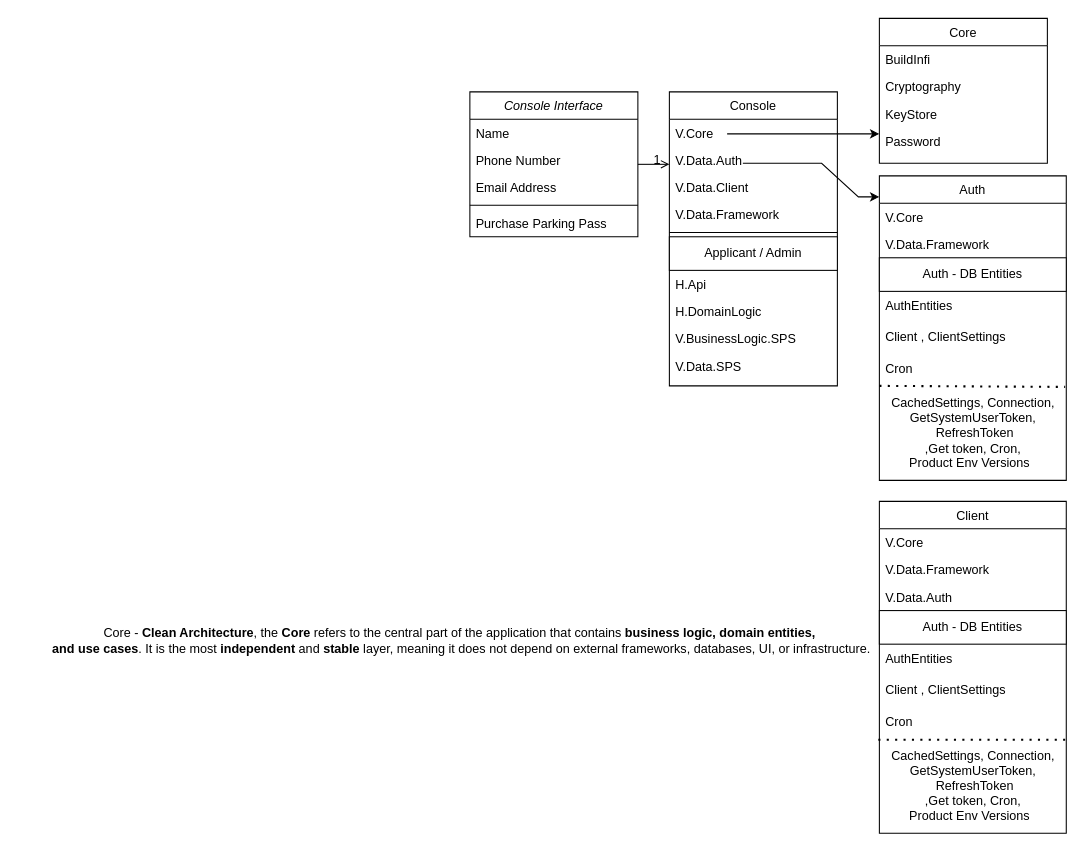
This is Untitled Diagram.drawio from LalgyThomas/GITPR, a draw.io file, before an edit. Source tidied: cells renumbered, new cells numbered last; positions are measured from the earlier drawing's top-left corner, leaving out a move shared by most shapes. Both pictures are drawn from the tidied source at 105%, with x=0, y=0 at pixel (34, 18).
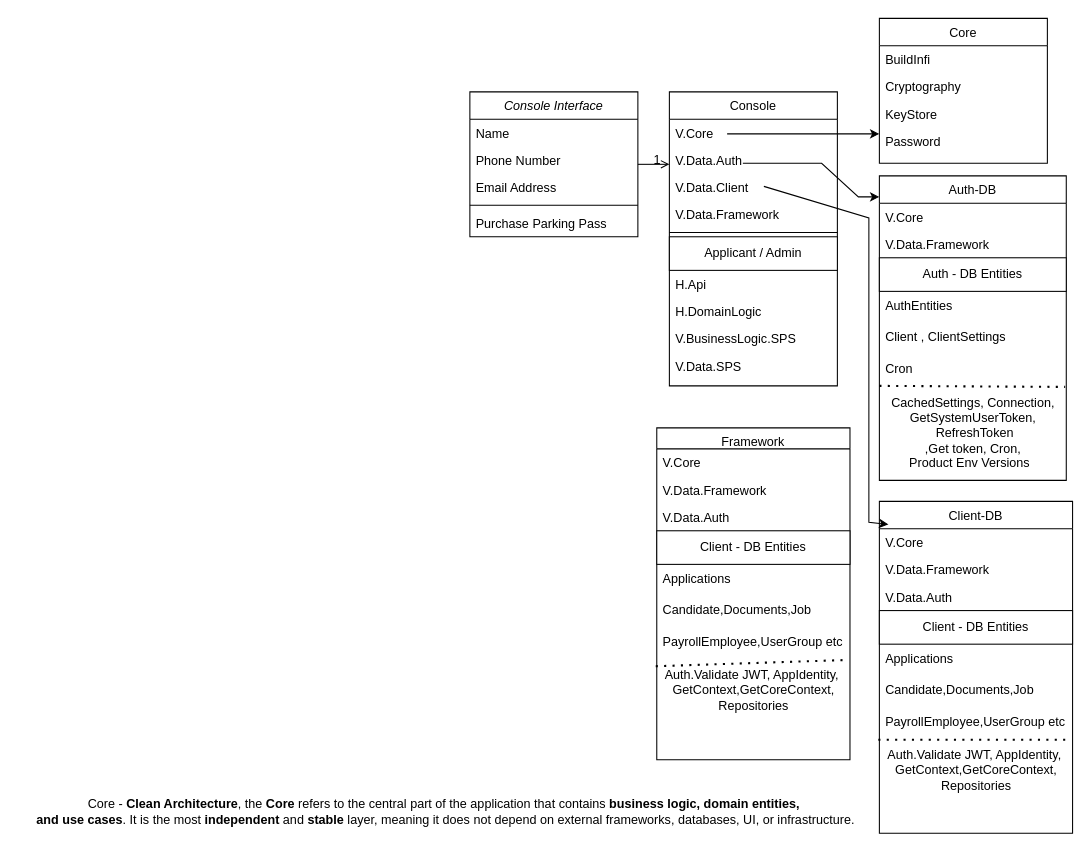
After the change.

The edit, as a diff of the source:
```diff
@@
     <mxCell id="28" value="Core -&amp;nbsp;&lt;strong&gt;Clean Architecture&lt;/strong&gt;, the &lt;strong&gt;Core&lt;/strong&gt; refers to the central part of the application that contains &lt;strong&gt;business logic, domain entities,&lt;/strong&gt;&lt;div&gt;&lt;strong&gt;&amp;nbsp;and use cases&lt;/strong&gt;. It is the most &lt;strong&gt;independent&lt;/strong&gt; and &lt;strong&gt;stable&lt;/strong&gt; layer, meaning it does not depend on external frameworks, databases, UI, or infrastructure.&lt;/div&gt;" style="text;html=1;align=center;verticalAlign=middle;strokeColor=none;fillColor=none;" parent="1" vertex="1">
-      <mxGeometry y="573" width="810" height="40" as="geometry" />
+      <mxGeometry x="-15" y="736" width="810" height="40" as="geometry" />
     </mxCell>
-    <mxCell id="29" value="Auth" style="swimlane;fontStyle=0;align=center;verticalAlign=top;horizontal=1;startSize=26;rounded=0;shadow=0;strokeWidth=1;" parent="1" vertex="1">
+    <mxCell id="29" value="Auth-DB" style="swimlane;fontStyle=0;align=center;verticalAlign=top;horizontal=1;startSize=26;rounded=0;shadow=0;strokeWidth=1;" parent="1" vertex="1">
       <mxGeometry x="805" y="150" width="178" height="290" as="geometry" />
     </mxCell>
@@
-    <mxCell id="38" value="Client" style="swimlane;fontStyle=0;align=center;verticalAlign=top;horizontal=1;startSize=26;rounded=0;shadow=0;strokeWidth=1;" parent="1" vertex="1">
-      <mxGeometry x="805" y="460" width="178" height="316" as="geometry" />
+    <mxCell id="38" value="Client-DB" style="swimlane;fontStyle=0;align=center;verticalAlign=top;horizontal=1;startSize=26;rounded=0;shadow=0;strokeWidth=1;" parent="1" vertex="1">
+      <mxGeometry x="805" y="460" width="184" height="316" as="geometry" />
     </mxCell>
     <mxCell id="39" value="V.Core" style="text;align=left;verticalAlign=top;spacingLeft=4;spacingRight=4;overflow=hidden;points=[[0,0.5],[1,0.5]];portConstraint=eastwest;" parent="38" vertex="1">
-      <mxGeometry y="26" width="178" height="26" as="geometry" />
+      <mxGeometry y="26" width="184" height="26" as="geometry" />
     </mxCell>
     <mxCell id="40" value="V.Data.Framework" style="text;align=left;verticalAlign=top;spacingLeft=4;spacingRight=4;overflow=hidden;rounded=0;shadow=0;html=0;" parent="38" vertex="1">
-      <mxGeometry y="52" width="178" height="26" as="geometry" />
+      <mxGeometry y="52" width="184" height="26" as="geometry" />
     </mxCell>
     <mxCell id="41" value="V.Data.Auth" style="text;align=left;verticalAlign=top;spacingLeft=4;spacingRight=4;overflow=hidden;rounded=0;shadow=0;html=0;" parent="38" vertex="1">
-      <mxGeometry y="78" width="178" height="26" as="geometry" />
+      <mxGeometry y="78" width="184" height="26" as="geometry" />
     </mxCell>
-    <mxCell id="42" value="&lt;span style=&quot;text-wrap-mode: nowrap;&quot;&gt;Auth - DB Entities&lt;/span&gt;" style="rounded=0;whiteSpace=wrap;html=1;" parent="38" vertex="1">
-      <mxGeometry y="104" width="178" height="32" as="geometry" />
+    <mxCell id="42" value="&lt;span style=&quot;text-wrap-mode: nowrap;&quot;&gt;Client - DB Entities&lt;/span&gt;" style="rounded=0;whiteSpace=wrap;html=1;" parent="38" vertex="1">
+      <mxGeometry y="104" width="184" height="32" as="geometry" />
     </mxCell>
-    <mxCell id="43" value="AuthEntities " style="text;align=left;verticalAlign=top;spacingLeft=4;spacingRight=4;overflow=hidden;rounded=0;shadow=0;html=0;" parent="38" vertex="1">
-      <mxGeometry y="136" width="178" height="30" as="geometry" />
+    <mxCell id="43" value="Applications" style="text;align=left;verticalAlign=top;spacingLeft=4;spacingRight=4;overflow=hidden;rounded=0;shadow=0;html=0;" parent="38" vertex="1">
+      <mxGeometry y="136" width="184" height="30" as="geometry" />
     </mxCell>
-    <mxCell id="44" value="Client , ClientSettings" style="text;align=left;verticalAlign=top;spacingLeft=4;spacingRight=4;overflow=hidden;rounded=0;shadow=0;html=0;" parent="38" vertex="1">
-      <mxGeometry y="166" width="178" height="30" as="geometry" />
+    <mxCell id="44" value="Candidate,Documents,Job" style="text;align=left;verticalAlign=top;spacingLeft=4;spacingRight=4;overflow=hidden;rounded=0;shadow=0;html=0;" parent="38" vertex="1">
+      <mxGeometry y="166" width="184" height="30" as="geometry" />
     </mxCell>
-    <mxCell id="45" value="Cron" style="text;align=left;verticalAlign=top;spacingLeft=4;spacingRight=4;overflow=hidden;points=[[0,0.5],[1,0.5]];portConstraint=eastwest;rounded=0;shadow=0;html=0;" parent="38" vertex="1">
-      <mxGeometry y="196" width="178" height="30" as="geometry" />
+    <mxCell id="45" value="PayrollEmployee,UserGroup etc" style="text;align=left;verticalAlign=top;spacingLeft=4;spacingRight=4;overflow=hidden;points=[[0,0.5],[1,0.5]];portConstraint=eastwest;rounded=0;shadow=0;html=0;" parent="38" vertex="1">
+      <mxGeometry y="196" width="184" height="30" as="geometry" />
     </mxCell>
@@
-    <mxCell id="47" value="CachedSettings, Connection,&lt;div&gt;GetSystemUserToken,&lt;/div&gt;&lt;div&gt;&amp;nbsp;RefreshToken&lt;/div&gt;&lt;div&gt;,Get token, Cron,&lt;/div&gt;&lt;div&gt;Product Env Versions&amp;nbsp;&amp;nbsp;&lt;/div&gt;" style="text;html=1;align=center;verticalAlign=middle;strokeColor=none;fillColor=none;" parent="38" vertex="1">
-      <mxGeometry y="226" width="178" height="90" as="geometry" />
+    <mxCell id="47" value="Auth.Validate JWT, AppIdentity,&amp;nbsp;&lt;div&gt;GetContext,GetCoreContext,&lt;/div&gt;&lt;div&gt;Repositories&lt;/div&gt;" style="text;html=1;align=center;verticalAlign=middle;strokeColor=none;fillColor=none;" parent="38" vertex="1">
+      <mxGeometry y="226" width="184" height="60" as="geometry" />
     </mxCell>
+    <mxCell id="48" style="endArrow=classic;html=1;rounded=0;entryX=0.047;entryY=-0.154;entryDx=0;entryDy=0;entryPerimeter=0;" parent="1" edge="1" target="39">
+      <mxGeometry relative="1" as="geometry">
+        <mxPoint x="695" y="160" as="sourcePoint" />
+        <Array as="points">
+          <mxPoint x="795" y="190" />
+          <mxPoint x="795" y="290" />
+          <mxPoint x="795" y="480" />
+        </Array>
+      </mxGeometry>
+    </mxCell>
+    <mxCell id="49" value="Framework" style="swimlane;fontStyle=0;align=center;verticalAlign=top;horizontal=1;startSize=20;rounded=0;shadow=0;strokeWidth=1;" parent="1" vertex="1">
+      <mxGeometry x="593" y="390" width="184" height="316" as="geometry" />
+    </mxCell>
+    <mxCell id="50" value="V.Core" style="text;align=left;verticalAlign=top;spacingLeft=4;spacingRight=4;overflow=hidden;" parent="49" vertex="1">
+      <mxGeometry y="20" width="184" height="26" as="geometry" />
+    </mxCell>
+    <mxCell id="51" value="V.Data.Framework" style="text;align=left;verticalAlign=top;spacingLeft=4;spacingRight=4;overflow=hidden;rounded=0;shadow=0;html=0;" parent="49" vertex="1">
+      <mxGeometry y="46" width="184" height="26" as="geometry" />
+    </mxCell>
+    <mxCell id="52" value="V.Data.Auth" style="text;align=left;verticalAlign=top;spacingLeft=4;spacingRight=4;overflow=hidden;rounded=0;shadow=0;html=0;" parent="49" vertex="1">
+      <mxGeometry y="72" width="184" height="26" as="geometry" />
+    </mxCell>
+    <mxCell id="53" value="&lt;span style=&quot;text-wrap-mode: nowrap;&quot;&gt;Client - DB Entities&lt;/span&gt;" style="rounded=0;whiteSpace=wrap;html=1;" parent="49" vertex="1">
+      <mxGeometry y="98" width="184" height="32" as="geometry" />
+    </mxCell>
+    <mxCell id="54" value="Applications" style="text;align=left;verticalAlign=top;spacingLeft=4;spacingRight=4;overflow=hidden;rounded=0;shadow=0;html=0;" parent="49" vertex="1">
+      <mxGeometry y="130" width="184" height="30" as="geometry" />
+    </mxCell>
+    <mxCell id="55" value="Candidate,Documents,Job" style="text;align=left;verticalAlign=top;spacingLeft=4;spacingRight=4;overflow=hidden;rounded=0;shadow=0;html=0;" parent="49" vertex="1">
+      <mxGeometry y="160" width="184" height="30" as="geometry" />
+    </mxCell>
+    <mxCell id="56" value="PayrollEmployee,UserGroup etc" style="text;align=left;verticalAlign=top;spacingLeft=4;spacingRight=4;overflow=hidden;points=[[0,0.5],[1,0.5]];portConstraint=eastwest;rounded=0;shadow=0;html=0;" parent="49" vertex="1">
+      <mxGeometry y="190" width="184" height="30" as="geometry" />
+    </mxCell>
+    <mxCell id="57" style="endArrow=none;dashed=1;html=1;dashPattern=1 3;strokeWidth=2;rounded=0;entryX=0.994;entryY=1.033;entryDx=0;entryDy=0;entryPerimeter=0;" parent="49" edge="1" target="56">
+      <mxGeometry relative="1" as="geometry">
+        <mxPoint x="-1" y="227" as="sourcePoint" />
+      </mxGeometry>
+    </mxCell>
+    <mxCell id="58" value="Auth.Validate JWT, AppIdentity,&amp;nbsp;&lt;div&gt;GetContext,GetCoreContext,&lt;/div&gt;&lt;div&gt;Repositories&lt;/div&gt;" style="text;html=1;align=center;verticalAlign=middle;strokeColor=none;fillColor=none;" parent="49" vertex="1">
+      <mxGeometry y="220" width="184" height="60" as="geometry" />
+    </mxCell>
```
